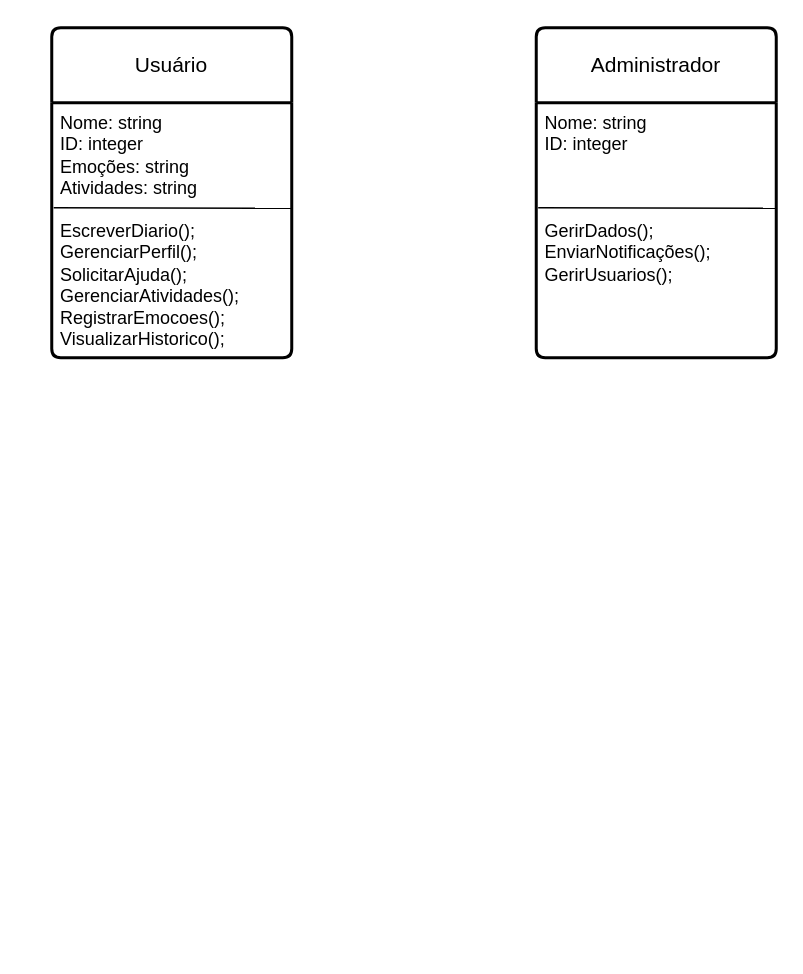
The draw.io diagram 2-Periodo/Análise e Projeto de Software/Unbenanntes Diagramm.drawio in alvarolucio2007/Engenharia-de-Software, before the edit. Source tidied: cells renumbered, new cells numbered last; positions are measured from the earlier drawing's top-left corner, leaving out a move shared by most shapes. Both pictures are drawn from the tidied source at 150%, with x=0, y=0 at pixel (51, 27).
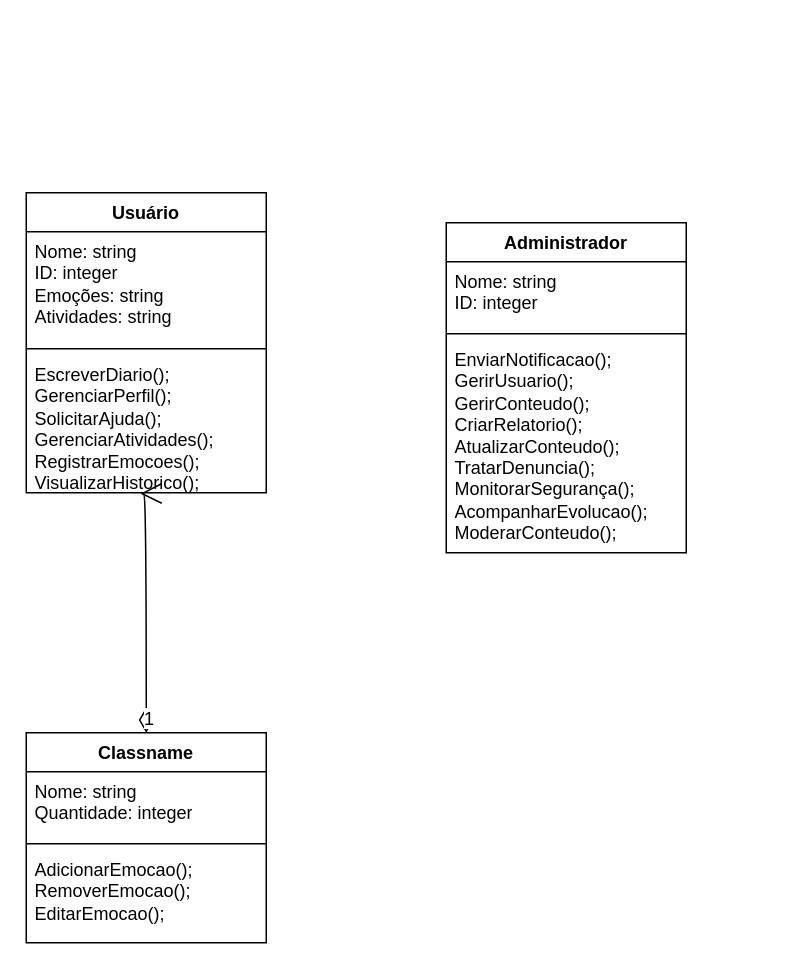
Above is the later version.

Diff of the diagram source:
```diff
@@
 <mxGraphModel>
   <root>
     <mxCell id="0" />
     <mxCell id="1" parent="0" />
+    <mxCell id="5" value="Administrador" style="swimlane;fontStyle=1;align=center;verticalAlign=top;horizontal=1;startSize=26;whiteSpace=wrap;html=1;" parent="1" vertex="1">
+      <mxGeometry x="263" y="130" width="160" height="220" as="geometry" />
+    </mxCell>
+    <mxCell id="8" value="Nome: string&lt;div&gt;ID: integer&lt;/div&gt;" style="text;strokeColor=none;fillColor=none;align=left;verticalAlign=top;spacingLeft=4;spacingRight=4;overflow=hidden;whiteSpace=wrap;html=1;" parent="5" vertex="1">
+      <mxGeometry y="26" width="160" height="44" as="geometry" />
+    </mxCell>
+    <mxCell id="9" style="line;strokeWidth=1;fillColor=none;align=left;verticalAlign=middle;spacingTop=-1;spacingLeft=3;spacingRight=3;labelPosition=right;strokeColor=inherit;" parent="5" vertex="1">
+      <mxGeometry y="70" width="160" height="8" as="geometry" />
+    </mxCell>
+    <mxCell id="10" value="EnviarNotificacao();&lt;div&gt;GerirUsuario();&lt;/div&gt;&lt;div&gt;GerirConteudo();&lt;/div&gt;&lt;div&gt;CriarRelatorio();&lt;/div&gt;&lt;div&gt;AtualizarConteudo();&lt;br&gt;TratarDenuncia();&lt;/div&gt;&lt;div&gt;MonitorarSegurança();&lt;/div&gt;&lt;div&gt;AcompanharEvolucao();&lt;/div&gt;&lt;div&gt;ModerarConteudo();&lt;/div&gt;" style="text;strokeColor=none;fillColor=none;align=left;verticalAlign=top;spacingLeft=4;spacingRight=4;overflow=hidden;whiteSpace=wrap;html=1;" parent="5" vertex="1">
+      <mxGeometry y="78" width="160" height="142" as="geometry" />
+    </mxCell>
-    <mxCell id="2" value="Usuário" style="swimlane;horizontal=1;startSize=50;rounded=1;fontSize=14;fontStyle=0;strokeWidth=2;shadow=0;dashed=0;align=center;arcSize=4;whiteSpace=wrap;html=1;" parent="1" vertex="1">
-      <mxGeometry width="160" height="220" as="geometry" />
+    <mxCell id="2" value="Usuário" style="swimlane;fontStyle=1;align=center;verticalAlign=top;horizontal=1;startSize=26;whiteSpace=wrap;html=1;" parent="1" vertex="1">
+      <mxGeometry x="-17" y="110" width="160" height="200" as="geometry" />
     </mxCell>
-    <mxCell id="3" value="Nome: string&lt;div style=&quot;forced-color-adjust: none; box-shadow: none !important;&quot;&gt;ID: integer&lt;/div&gt;&lt;div style=&quot;forced-color-adjust: none; box-shadow: none !important;&quot;&gt;Emoções: string&lt;/div&gt;&lt;div style=&quot;forced-color-adjust: none; box-shadow: none !important;&quot;&gt;Atividades: string&lt;/div&gt;&lt;div style=&quot;forced-color-adjust: none; box-shadow: none !important;&quot;&gt;&lt;br style=&quot;forced-color-adjust: none; color: rgb(255, 255, 255); font-family: Helvetica; font-size: 12px; font-style: normal; font-variant-ligatures: normal; font-variant-caps: normal; font-weight: 400; letter-spacing: normal; orphans: 2; text-align: left; text-indent: 0px; text-transform: none; widows: 2; word-spacing: 0px; -webkit-text-stroke-width: 0px; white-space: normal; background-color: rgb(27, 29, 30); text-decoration-thickness: initial; text-decoration-style: initial; text-decoration-color: initial; box-shadow: none !important;&quot;&gt;&lt;/div&gt;&lt;div style=&quot;forced-color-adjust: none; box-shadow: none !important;&quot;&gt;EscreverDiario();&lt;/div&gt;&lt;div style=&quot;forced-color-adjust: none; box-shadow: none !important;&quot;&gt;GerenciarPerfil();&lt;/div&gt;&lt;div style=&quot;forced-color-adjust: none; box-shadow: none !important;&quot;&gt;SolicitarAjuda();&lt;/div&gt;&lt;div style=&quot;forced-color-adjust: none; box-shadow: none !important;&quot;&gt;GerenciarAtividades();&lt;/div&gt;&lt;div style=&quot;forced-color-adjust: none; box-shadow: none !important;&quot;&gt;RegistrarEmocoes();&lt;/div&gt;&lt;div style=&quot;forced-color-adjust: none; box-shadow: none !important;&quot;&gt;VisualizarHistorico();&lt;/div&gt;" style="align=left;strokeColor=none;fillColor=none;spacingLeft=4;spacingRight=4;fontSize=12;verticalAlign=top;html=1;whiteSpace=wrap;" parent="2" vertex="1">
-      <mxGeometry y="50" width="160" height="170" as="geometry" />
-    </mxCell>
-    <mxCell id="4" style="endArrow=none;html=1;rounded=0;fontSize=12;startSize=8;endSize=8;curved=1;exitX=0.008;exitY=0.594;exitDx=0;exitDy=0;exitPerimeter=0;entryX=1;entryY=0.597;entryDx=0;entryDy=0;entryPerimeter=0;" parent="2" edge="1">
-      <mxGeometry relative="1" as="geometry">
-        <mxPoint x="1.3" y="120" as="sourcePoint" />
-        <mxPoint x="160" y="120.4" as="targetPoint" />
-      </mxGeometry>
-    </mxCell>
-    <mxCell id="5" value="Administrador" style="swimlane;horizontal=1;startSize=50;rounded=1;fontSize=14;fontStyle=0;strokeWidth=2;shadow=0;dashed=0;align=center;arcSize=4;whiteSpace=wrap;html=1;" parent="1" vertex="1">
-      <mxGeometry x="323" width="160" height="220" as="geometry" />
-    </mxCell>
-    <mxCell id="6" value="Nome: string&lt;div style=&quot;forced-color-adjust: none; box-shadow: none !important;&quot;&gt;ID: integer&lt;/div&gt;&lt;div style=&quot;forced-color-adjust: none; box-shadow: none !important;&quot;&gt;&lt;br&gt;&lt;/div&gt;&lt;div style=&quot;forced-color-adjust: none; box-shadow: none !important;&quot;&gt;&lt;br&gt;&lt;/div&gt;&lt;div style=&quot;forced-color-adjust: none; box-shadow: none !important;&quot;&gt;&lt;br&gt;&lt;/div&gt;&lt;div style=&quot;forced-color-adjust: none; box-shadow: none !important;&quot;&gt;GerirDados();&lt;/div&gt;&lt;div style=&quot;forced-color-adjust: none; box-shadow: none !important;&quot;&gt;EnviarNotificações();&lt;/div&gt;&lt;div style=&quot;forced-color-adjust: none; box-shadow: none !important;&quot;&gt;GerirUsuarios();&lt;/div&gt;&lt;div style=&quot;forced-color-adjust: none; box-shadow: none !important;&quot;&gt;&lt;br&gt;&lt;/div&gt;" style="align=left;strokeColor=none;fillColor=none;spacingLeft=4;spacingRight=4;fontSize=12;verticalAlign=top;html=1;whiteSpace=wrap;" parent="5" vertex="1">
-      <mxGeometry y="50" width="160" height="170" as="geometry" />
-    </mxCell>
-    <mxCell id="7" style="endArrow=none;html=1;rounded=0;fontSize=12;startSize=8;endSize=8;curved=1;exitX=0.008;exitY=0.594;exitDx=0;exitDy=0;exitPerimeter=0;entryX=1;entryY=0.597;entryDx=0;entryDy=0;entryPerimeter=0;" parent="5" edge="1">
-      <mxGeometry relative="1" as="geometry">
-        <mxPoint x="1.3" y="120" as="sourcePoint" />
-        <mxPoint x="160" y="120.4" as="targetPoint" />
-      </mxGeometry>
-    </mxCell>
+    <mxCell id="11" value="Nome: string&lt;div&gt;ID: integer&lt;/div&gt;&lt;div&gt;Emoções: string&lt;/div&gt;&lt;div&gt;Atividades: string&lt;/div&gt;" style="text;strokeColor=none;fillColor=none;align=left;verticalAlign=top;spacingLeft=4;spacingRight=4;overflow=hidden;whiteSpace=wrap;html=1;" parent="2" vertex="1">
+      <mxGeometry y="26" width="160" height="74" as="geometry" />
+    </mxCell>
+    <mxCell id="12" style="line;strokeWidth=1;fillColor=none;align=left;verticalAlign=middle;spacingTop=-1;spacingLeft=3;spacingRight=3;labelPosition=right;strokeColor=inherit;" parent="2" vertex="1">
+      <mxGeometry y="100" width="160" height="8" as="geometry" />
+    </mxCell>
+    <mxCell id="13" value="EscreverDiario();&lt;div&gt;GerenciarPerfil();&lt;/div&gt;&lt;div&gt;SolicitarAjuda();&lt;br&gt;GerenciarAtividades();&lt;br&gt;RegistrarEmocoes();&lt;/div&gt;&lt;div&gt;VisualizarHistorico();&lt;/div&gt;" style="text;strokeColor=none;fillColor=none;align=left;verticalAlign=top;spacingLeft=4;spacingRight=4;overflow=hidden;points=[[0,0.5],[1,0.5]];portConstraint=eastwest;whiteSpace=wrap;html=1;" parent="2" vertex="1">
+      <mxGeometry y="108" width="160" height="92" as="geometry" />
+    </mxCell>
+    <mxCell id="14" style="edgeStyle=none;curved=1;rounded=0;orthogonalLoop=1;jettySize=auto;html=1;exitX=0.5;exitY=0;exitDx=0;exitDy=0;fontSize=12;startSize=8;endSize=8;" parent="1" edge="1" source="5" target="5">
+      <mxGeometry relative="1" as="geometry" />
+    </mxCell>
+    <mxCell id="15" value="Classname" style="swimlane;fontStyle=1;align=center;verticalAlign=top;horizontal=1;startSize=26;whiteSpace=wrap;html=1;" parent="1" vertex="1">
+      <mxGeometry x="-17" y="470" width="160" height="140" as="geometry" />
+    </mxCell>
+    <mxCell id="16" value="Nome: string&lt;div&gt;Quantidade: integer&lt;/div&gt;" style="text;strokeColor=none;fillColor=none;align=left;verticalAlign=top;spacingLeft=4;spacingRight=4;overflow=hidden;whiteSpace=wrap;html=1;" parent="15" vertex="1">
+      <mxGeometry y="26" width="160" height="44" as="geometry" />
+    </mxCell>
+    <mxCell id="17" style="line;strokeWidth=1;fillColor=none;align=left;verticalAlign=middle;spacingTop=-1;spacingLeft=3;spacingRight=3;labelPosition=right;strokeColor=inherit;" parent="15" vertex="1">
+      <mxGeometry y="70" width="160" height="8" as="geometry" />
+    </mxCell>
+    <mxCell id="18" value="AdicionarEmocao();&lt;div&gt;RemoverEmocao();&lt;/div&gt;&lt;div&gt;EditarEmocao();&lt;/div&gt;&lt;div&gt;&lt;br&gt;&lt;/div&gt;" style="text;strokeColor=none;fillColor=none;align=left;verticalAlign=top;spacingLeft=4;spacingRight=4;overflow=hidden;whiteSpace=wrap;html=1;" parent="15" vertex="1">
+      <mxGeometry y="78" width="160" height="62" as="geometry" />
+    </mxCell>
+    <mxCell id="19" value="1" style="endArrow=open;html=1;endSize=12;startArrow=diamondThin;startSize=14;startFill=0;edgeStyle=orthogonalEdgeStyle;align=left;verticalAlign=bottom;rounded=0;fontSize=12;curved=1;exitX=0.5;exitY=0;exitDx=0;exitDy=0;entryX=0.476;entryY=1.007;entryDx=0;entryDy=0;entryPerimeter=0;" parent="1" edge="1" source="15" target="13">
+      <mxGeometry x="-1" y="3" relative="1" as="geometry">
+        <Array as="points">
+          <mxPoint x="63" y="311" />
+        </Array>
+      </mxGeometry>
+    </mxCell>
   </root>
 </mxGraphModel>
```
